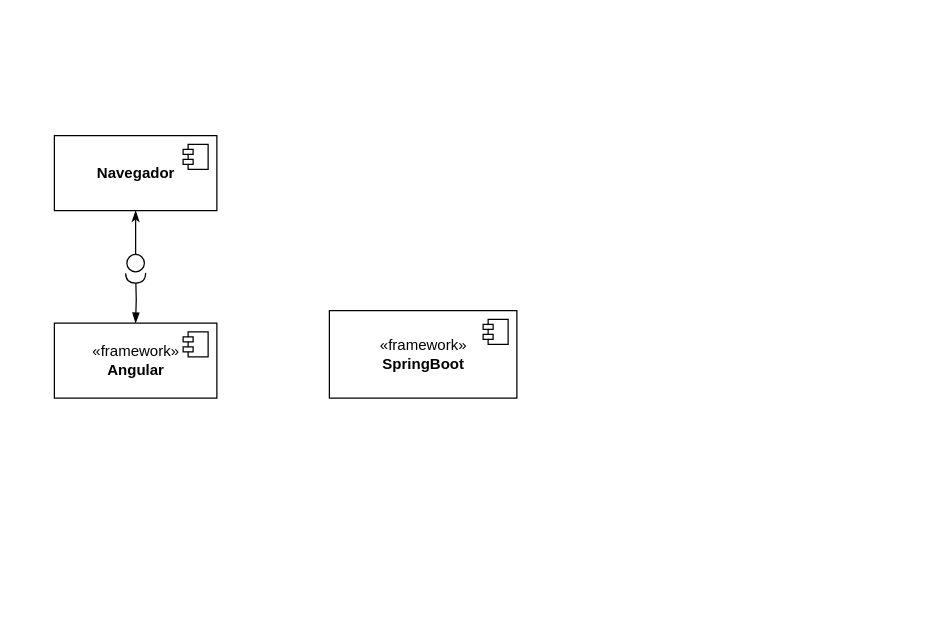
henriquerdq/poc-sistemas-controle-financas keeps this draw.io diagram as page "Diagrama de Componentes" (3 of 3) of Arquitetura/Diagramas.drawio. Above is the earlier version. Source tidied: cells renumbered, new cells numbered last; positions are measured from the earlier drawing's top-left corner, leaving out a move shared by most shapes. Both pictures are drawn from the tidied source at 125%, with x=0, y=0 at pixel (54, 135).
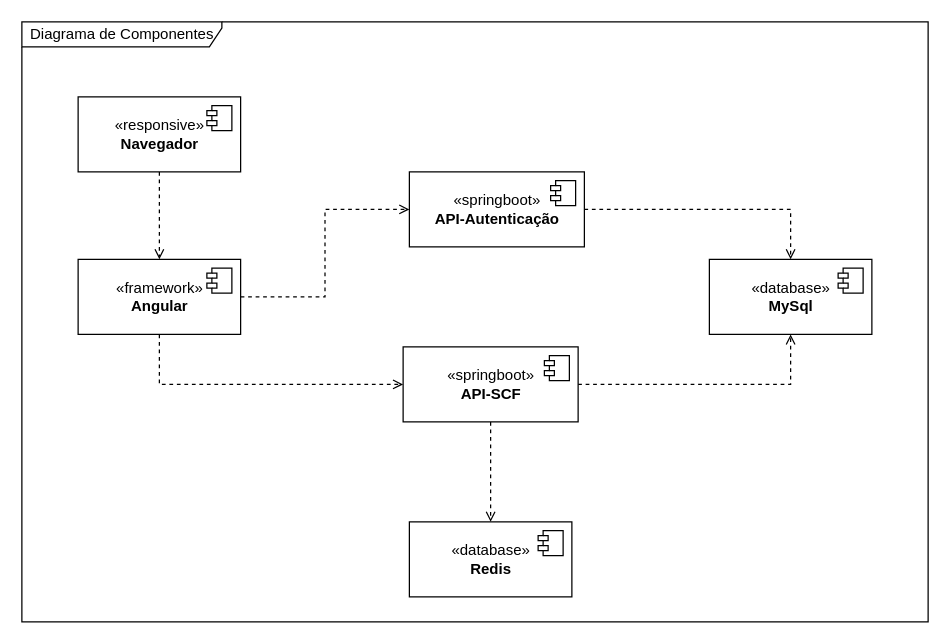
Above is the later version.

Change to the diagram source:
```diff
@@
-    <mxCell id="2" style="edgeStyle=orthogonalEdgeStyle;rounded=0;jettySize=auto;html=1;startArrow=halfCircle;startFill=0;targetPerimeterSpacing=12;strokeWidth=1;entryX=0.5;entryY=0;entryDx=0;entryDy=0;endArrow=blockThin;endFill=1;" parent="1" edge="1" target="6">
-      <mxGeometry relative="1" as="geometry">
-        <mxPoint x="65" y="110" as="sourcePoint" />
-      </mxGeometry>
-    </mxCell>
-    <mxCell id="3" style="edgeStyle=orthogonalEdgeStyle;rounded=0;jettySize=auto;html=1;startArrow=classicThin;startFill=1;endArrow=circle;endFill=0;targetPerimeterSpacing=12;strokeWidth=1;" parent="1" edge="1" source="4">
-      <mxGeometry relative="1" as="geometry">
-        <mxPoint x="65" y="110" as="targetPoint" />
-      </mxGeometry>
-    </mxCell>
+    <mxCell id="10" style="edgeStyle=orthogonalEdgeStyle;rounded=0;jettySize=auto;html=1;exitX=0.5;exitY=1;exitDx=0;exitDy=0;entryX=0.5;entryY=0;entryDx=0;entryDy=0;dashed=1;startArrow=none;startFill=0;endArrow=open;endFill=0;targetPerimeterSpacing=12;strokeWidth=1;" parent="1" edge="1" source="4" target="6">
+      <mxGeometry relative="1" as="geometry" />
+    </mxCell>
-    <mxCell id="4" value="&lt;b&gt;Navegador&lt;/b&gt;" style="html=1;" parent="1" vertex="1">
-      <mxGeometry width="130" height="60" as="geometry" />
+    <mxCell id="4" value="«responsive»&lt;b&gt;&lt;br&gt;Navegador&lt;/b&gt;" style="html=1;" parent="1" vertex="1">
+      <mxGeometry x="19" y="-31" width="130" height="60" as="geometry" />
     </mxCell>
@@
+    <mxCell id="11" style="edgeStyle=orthogonalEdgeStyle;rounded=0;jettySize=auto;html=1;startArrow=none;startFill=0;endArrow=open;endFill=0;targetPerimeterSpacing=12;strokeWidth=1;dashed=1;entryX=0;entryY=0.5;entryDx=0;entryDy=0;" parent="1" edge="1" source="6" target="14">
+      <mxGeometry relative="1" as="geometry" />
+    </mxCell>
+    <mxCell id="12" style="edgeStyle=orthogonalEdgeStyle;rounded=0;jettySize=auto;html=1;exitX=0.5;exitY=1;exitDx=0;exitDy=0;dashed=1;startArrow=none;startFill=0;endArrow=open;endFill=0;targetPerimeterSpacing=12;strokeWidth=1;entryX=0;entryY=0.5;entryDx=0;entryDy=0;" parent="1" edge="1" source="6" target="18">
+      <mxGeometry relative="1" as="geometry" />
+    </mxCell>
     <mxCell id="6" value="«framework»&lt;br&gt;&lt;b&gt;Angular&lt;/b&gt;" style="html=1;" parent="1" vertex="1">
-      <mxGeometry y="150" width="130" height="60" as="geometry" />
+      <mxGeometry x="19" y="99" width="130" height="60" as="geometry" />
     </mxCell>
@@
-    <mxCell id="8" value="«framework»&lt;br&gt;&lt;b&gt;SpringBoot&lt;/b&gt;" style="html=1;" parent="1" vertex="1">
-      <mxGeometry x="220" y="140" width="150" height="70" as="geometry" />
-    </mxCell>
-    <mxCell id="9" style="shape=module;jettyWidth=8;jettyHeight=4;" parent="8" vertex="1">
-      <mxGeometry x="1" width="20" height="20" relative="1" as="geometry">
-        <mxPoint x="-27" y="7" as="offset" />
-      </mxGeometry>
-    </mxCell>
+    <mxCell id="13" style="edgeStyle=orthogonalEdgeStyle;rounded=0;jettySize=auto;html=1;entryX=0.5;entryY=0;entryDx=0;entryDy=0;dashed=1;startArrow=none;startFill=0;endArrow=open;endFill=0;targetPerimeterSpacing=12;strokeWidth=1;" parent="1" edge="1" source="14" target="20">
+      <mxGeometry relative="1" as="geometry" />
+    </mxCell>
+    <mxCell id="14" value="«springboot»&lt;br&gt;&lt;b&gt;API-Autenticação&lt;/b&gt;" style="html=1;" parent="1" vertex="1">
+      <mxGeometry x="284" y="29" width="140" height="60" as="geometry" />
+    </mxCell>
+    <mxCell id="15" style="shape=module;jettyWidth=8;jettyHeight=4;" parent="14" vertex="1">
+      <mxGeometry x="1" width="20" height="20" relative="1" as="geometry">
+        <mxPoint x="-27" y="7" as="offset" />
+      </mxGeometry>
+    </mxCell>
+    <mxCell id="16" style="edgeStyle=orthogonalEdgeStyle;rounded=0;jettySize=auto;html=1;entryX=0.5;entryY=1;entryDx=0;entryDy=0;dashed=1;startArrow=none;startFill=0;endArrow=open;endFill=0;targetPerimeterSpacing=12;strokeWidth=1;" parent="1" edge="1" source="18" target="20">
+      <mxGeometry relative="1" as="geometry" />
+    </mxCell>
+    <mxCell id="17" style="edgeStyle=orthogonalEdgeStyle;rounded=0;jettySize=auto;html=1;exitX=0.5;exitY=1;exitDx=0;exitDy=0;entryX=0.5;entryY=0;entryDx=0;entryDy=0;dashed=1;startArrow=none;startFill=0;endArrow=open;endFill=0;targetPerimeterSpacing=12;strokeWidth=1;" parent="1" edge="1" source="18" target="22">
+      <mxGeometry relative="1" as="geometry" />
+    </mxCell>
+    <mxCell id="18" value="«springboot»&lt;br&gt;&lt;b&gt;API-SCF&lt;/b&gt;" style="html=1;" parent="1" vertex="1">
+      <mxGeometry x="279" y="169" width="140" height="60" as="geometry" />
+    </mxCell>
+    <mxCell id="19" style="shape=module;jettyWidth=8;jettyHeight=4;" parent="18" vertex="1">
+      <mxGeometry x="1" width="20" height="20" relative="1" as="geometry">
+        <mxPoint x="-27" y="7" as="offset" />
+      </mxGeometry>
+    </mxCell>
+    <mxCell id="20" value="«database»&lt;br&gt;&lt;b&gt;MySql&lt;/b&gt;" style="html=1;" parent="1" vertex="1">
+      <mxGeometry x="524" y="99" width="130" height="60" as="geometry" />
+    </mxCell>
+    <mxCell id="21" style="shape=module;jettyWidth=8;jettyHeight=4;" parent="20" vertex="1">
+      <mxGeometry x="1" width="20" height="20" relative="1" as="geometry">
+        <mxPoint x="-27" y="7" as="offset" />
+      </mxGeometry>
+    </mxCell>
+    <mxCell id="22" value="«database»&lt;br&gt;&lt;b&gt;Redis&lt;/b&gt;" style="html=1;" parent="1" vertex="1">
+      <mxGeometry x="284" y="309" width="130" height="60" as="geometry" />
+    </mxCell>
+    <mxCell id="23" style="shape=module;jettyWidth=8;jettyHeight=4;" parent="22" vertex="1">
+      <mxGeometry x="1" width="20" height="20" relative="1" as="geometry">
+        <mxPoint x="-27" y="7" as="offset" />
+      </mxGeometry>
+    </mxCell>
+    <mxCell id="24" value="Diagrama de Componentes" style="shape=umlFrame;whiteSpace=wrap;html=1;width=160;height=20;boundedLbl=1;verticalAlign=middle;align=left;spacingLeft=5;" parent="1" vertex="1">
+      <mxGeometry x="-26" y="-91" width="725" height="480" as="geometry" />
+    </mxCell>
```
